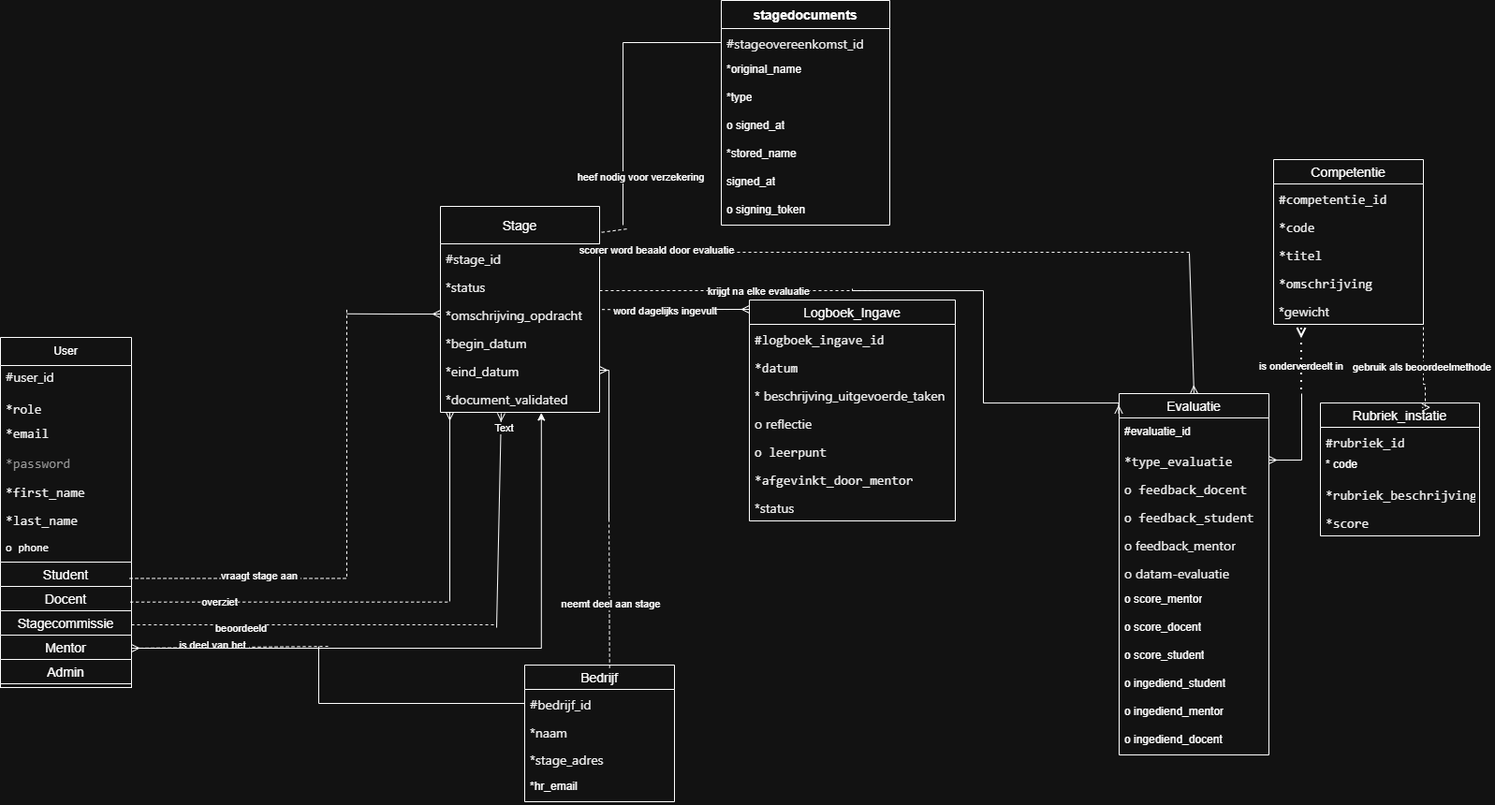
Before: StageMonitoringTool/docs/erd_groep3-pp-TI.png, a diagram exported from draw.io (adyousfi/Programming-Project-Groep-3). Source tidied: cells renumbered, new cells last; positions are measured from the earlier drawing's top-left corner, leaving out a move shared by most shapes.
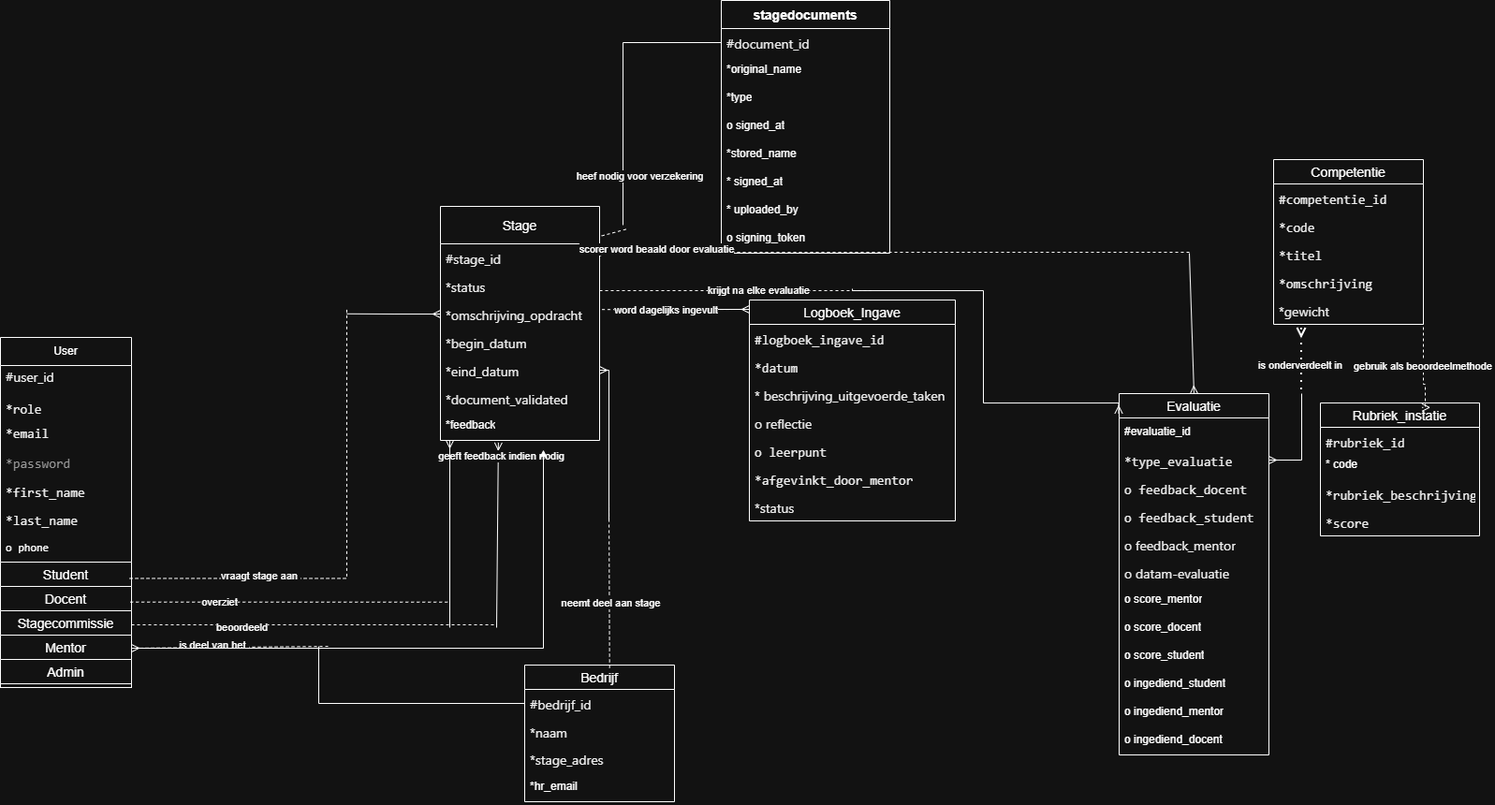
After the commit.

Change to the diagram source:
```diff
@@ -42,7 +42,7 @@
       <mxGeometry y="26" width="140" height="30" as="geometry" />
     </mxCell>
     <mxCell id="15" value="Stage" style="swimlane;fontStyle=0;horizontal=1;startSize=40;align=center;fontSize=14;" parent="1" vertex="1">
-      <mxGeometry x="470" y="220" width="170" height="220" as="geometry" />
+      <mxGeometry x="470" y="220" width="170" height="250" as="geometry" />
     </mxCell>
     <mxCell id="16" style="edgeStyle=orthogonalEdgeStyle;rounded=0;orthogonalLoop=1;jettySize=auto;html=1;exitX=0;exitY=0.5;exitDx=0;exitDy=0;endArrow=none;endFill=0;startArrow=ERmany;startFill=0;" parent="15" edge="1">
       <mxGeometry relative="1" as="geometry">
@@ -68,15 +68,18 @@
     <mxCell id="22" value="&lt;div style=&quot;color: rgb(0, 0, 0); font-size: 14px; line-height: 20px;&quot;&gt;&lt;div style=&quot;&quot;&gt;&lt;li style=&quot;font-family: &amp;quot;Segoe UI&amp;quot;;&quot;&gt;*document_validated&lt;/li&gt;&lt;/div&gt;&lt;/div&gt;" style="text;strokeColor=none;fillColor=none;spacingLeft=4;spacingRight=4;overflow=hidden;points=[[0,0.5],[1,0.5]];portConstraint=eastwest;fontSize=12;whiteSpace=wrap;html=1;" parent="15" vertex="1">
       <mxGeometry y="190" width="170" height="30" as="geometry" />
     </mxCell>
+    <mxCell id="101" value="*feedback" style="text;strokeColor=none;fillColor=none;spacingLeft=4;spacingRight=4;overflow=hidden;points=[[0,0.5],[1,0.5]];portConstraint=eastwest;fontSize=12;whiteSpace=wrap;html=1;" parent="15" vertex="1">
+      <mxGeometry y="220" width="170" height="30" as="geometry" />
+    </mxCell>
     <mxCell id="23" style="edgeStyle=orthogonalEdgeStyle;rounded=0;jettySize=auto;html=1;exitX=1.015;exitY=0.34;exitDx=0;exitDy=0;endArrow=none;endFill=0;dashed=1;exitPerimeter=0;" parent="1" edge="1" source="19">
       <mxGeometry relative="1" as="geometry">
         <mxPoint x="790" y="330" as="targetPoint" />
       </mxGeometry>
     </mxCell>
     <mxCell id="24" value="stagedocuments" style="swimlane;fontStyle=1;horizontal=1;startSize=30;align=center;fontSize=14;" parent="1" vertex="1">
-      <mxGeometry x="770" width="180" height="240" as="geometry" />
+      <mxGeometry x="770" width="180" height="270" as="geometry" />
     </mxCell>
-    <mxCell id="25" value="&lt;div style=&quot;color: rgb(0, 0, 0); font-family: &amp;quot;Segoe UI&amp;quot;; font-size: 14px; line-height: 20px;&quot;&gt;&lt;li&gt;#stageovereenkomst_id&lt;div style=&quot;color: rgb(0, 0, 0); line-height: 20px;&quot;&gt;&lt;/div&gt;&lt;/li&gt;&lt;li&gt;&lt;/li&gt;&lt;/div&gt;" style="text;strokeColor=none;fillColor=none;spacingLeft=4;spacingRight=4;overflow=hidden;points=[[0,0.5],[1,0.5]];portConstraint=eastwest;fontSize=12;whiteSpace=wrap;html=1;" parent="24" vertex="1">
+    <mxCell id="25" value="&lt;div style=&quot;color: rgb(0, 0, 0); font-family: &amp;quot;Segoe UI&amp;quot;; font-size: 14px; line-height: 20px;&quot;&gt;&lt;li&gt;#document_id&lt;div style=&quot;color: rgb(0, 0, 0); line-height: 20px;&quot;&gt;&lt;/div&gt;&lt;/li&gt;&lt;li&gt;&lt;/li&gt;&lt;/div&gt;" style="text;strokeColor=none;fillColor=none;spacingLeft=4;spacingRight=4;overflow=hidden;points=[[0,0.5],[1,0.5]];portConstraint=eastwest;fontSize=12;whiteSpace=wrap;html=1;" parent="24" vertex="1">
       <mxGeometry y="30" width="180" height="30" as="geometry" />
     </mxCell>
     <mxCell id="26" value="*original_name" style="text;strokeColor=none;fillColor=none;spacingLeft=4;spacingRight=4;overflow=hidden;fontSize=12;whiteSpace=wrap;html=1;" parent="24" vertex="1">
@@ -91,11 +94,14 @@
     <mxCell id="29" value="*stored_name" style="text;strokeColor=none;fillColor=none;spacingLeft=4;spacingRight=4;overflow=hidden;fontSize=12;whiteSpace=wrap;html=1;" parent="24" vertex="1">
       <mxGeometry y="150" width="180" height="30" as="geometry" />
     </mxCell>
-    <mxCell id="30" value="signed_at" style="text;strokeColor=none;fillColor=none;spacingLeft=4;spacingRight=4;overflow=hidden;fontSize=12;whiteSpace=wrap;html=1;" parent="24" vertex="1">
+    <mxCell id="30" value="* signed_at" style="text;strokeColor=none;fillColor=none;spacingLeft=4;spacingRight=4;overflow=hidden;fontSize=12;whiteSpace=wrap;html=1;" parent="24" vertex="1">
       <mxGeometry y="180" width="180" height="30" as="geometry" />
     </mxCell>
+    <mxCell id="102" value="* uploaded_by" style="text;strokeColor=none;fillColor=none;spacingLeft=4;spacingRight=4;overflow=hidden;fontSize=12;whiteSpace=wrap;html=1;" parent="24" vertex="1">
+      <mxGeometry y="210" width="180" height="30" as="geometry" />
+    </mxCell>
     <mxCell id="31" value="o signing_token" style="text;strokeColor=none;fillColor=none;spacingLeft=4;spacingRight=4;overflow=hidden;fontSize=12;whiteSpace=wrap;html=1;" parent="24" vertex="1">
-      <mxGeometry y="210" width="180" height="30" as="geometry" />
+      <mxGeometry y="240" width="180" height="30" as="geometry" />
     </mxCell>
     <mxCell id="32" value="Logboek_Ingave" style="swimlane;fontStyle=0;horizontal=1;startSize=26;align=center;fontSize=14;" parent="1" vertex="1">
       <mxGeometry x="800" y="320" width="220" height="236" as="geometry" />
@@ -271,12 +277,12 @@
     <mxCell id="78" value="beoordeeld" style="edgeLabel;html=1;align=center;verticalAlign=middle;" parent="77" vertex="1">
       <mxGeometry x="-0.4" y="-3" relative="1" as="geometry" />
     </mxCell>
-    <mxCell id="79" style="endArrow=none;html=1;rounded=0;endFill=0;startArrow=ERmany;startFill=0;exitX=0.382;exitY=1.033;exitDx=0;exitDy=0;exitPerimeter=0;" parent="1" edge="1" source="22">
+    <mxCell id="79" style="endArrow=none;html=1;rounded=0;endFill=0;startArrow=ERmany;startFill=0;exitX=0.364;exitY=1.079;exitDx=0;exitDy=0;exitPerimeter=0;" parent="1" edge="1" source="101">
       <mxGeometry relative="1" as="geometry">
         <mxPoint x="530" y="670" as="targetPoint" />
       </mxGeometry>
     </mxCell>
-    <mxCell id="80" value="Text" style="edgeLabel;html=1;align=center;verticalAlign=middle;" parent="79" vertex="1">
+    <mxCell id="80" value="geeft feedback indien nodig" style="edgeLabel;html=1;align=center;verticalAlign=middle;" parent="79" vertex="1">
       <mxGeometry x="-0.86" y="3" relative="1" as="geometry" />
     </mxCell>
     <mxCell id="81" style="endArrow=ERmany;dashed=1;html=1;rounded=0;entryX=1;entryY=0.25;entryDx=0;entryDy=0;endFill=0;" parent="1" edge="1" target="13">
@@ -349,8 +355,8 @@
     </mxCell>
     <mxCell id="95" style="endArrow=ERmany;html=1;rounded=0;endFill=0;" parent="1" edge="1">
       <mxGeometry relative="1" as="geometry">
-        <mxPoint x="480" y="640" as="sourcePoint" />
-        <mxPoint x="480" y="440" as="targetPoint" />
+        <mxPoint x="480" y="670" as="sourcePoint" />
+        <mxPoint x="480" y="470" as="targetPoint" />
       </mxGeometry>
     </mxCell>
     <mxCell id="96" style="endArrow=none;dashed=1;html=1;rounded=0;exitX=1.013;exitY=0.126;exitDx=0;exitDy=0;exitPerimeter=0;" parent="1" edge="1" source="15">
@@ -371,8 +377,10 @@
         <mxPoint x="1270" y="270" as="sourcePoint" />
       </mxGeometry>
     </mxCell>
-    <mxCell id="100" style="edgeStyle=orthogonalEdgeStyle;rounded=0;jettySize=auto;html=1;exitX=1;exitY=0.25;exitDx=0;exitDy=0;entryX=0.634;entryY=1.015;entryDx=0;entryDy=0;entryPerimeter=0;" parent="1" edge="1" source="13" target="22">
-      <mxGeometry relative="1" as="geometry" />
+    <mxCell id="100" style="edgeStyle=orthogonalEdgeStyle;rounded=0;jettySize=auto;html=1;exitX=1;exitY=0.25;exitDx=0;exitDy=0;" parent="1" edge="1" source="13">
+      <mxGeometry relative="1" as="geometry">
+        <mxPoint x="580" y="480" as="targetPoint" />
+      </mxGeometry>
     </mxCell>
   </root>
 </mxGraphModel>
```
